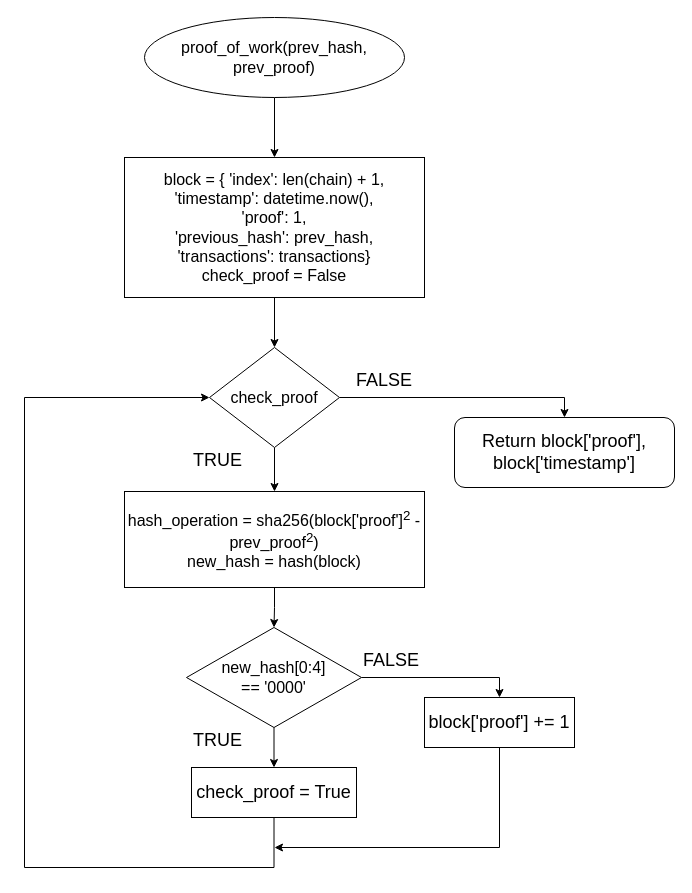
This is Flowcharts/proof_of_work.drawio from abhinavsharma1498/blockchain_gpu, a draw.io file, before an edit. Source tidied: cells renumbered, new cells numbered last; positions are measured from the earlier drawing's top-left corner, leaving out a move shared by most shapes. Both pictures are drawn from the tidied source at 100%, with x=0, y=0 at pixel (24, 17).
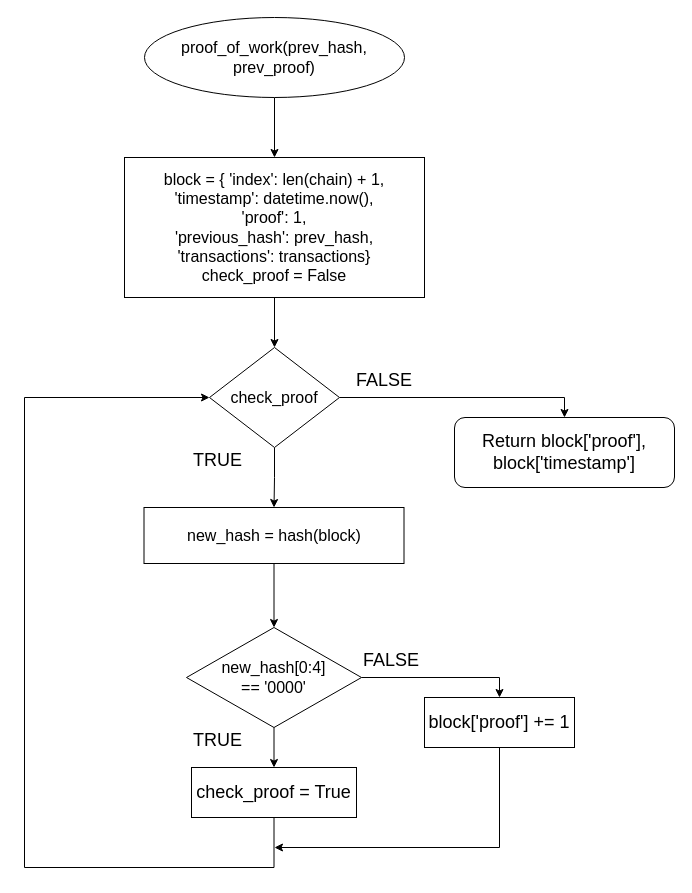
After the change.

Commit message:
Remove non-existent line of code

What changed in the source:
```diff
@@
-    <mxCell id="10" value="&lt;font size=&quot;3&quot;&gt;hash_operation = sha256(block['proof']&lt;sup&gt;2&lt;/sup&gt;&amp;nbsp;- prev_proof&lt;sup&gt;2&lt;/sup&gt;)&lt;br&gt;new_hash = hash(block)&lt;br&gt;&lt;/font&gt;" style="rounded=0;whiteSpace=wrap;html=1;" parent="1" vertex="1">
-      <mxGeometry x="100" y="474" width="300" height="96" as="geometry" />
+    <mxCell id="10" value="&lt;font size=&quot;3&quot;&gt;new_hash = hash(block)&lt;br&gt;&lt;/font&gt;" style="rounded=0;whiteSpace=wrap;html=1;" parent="1" vertex="1">
+      <mxGeometry x="119.5" y="490" width="260" height="56" as="geometry" />
     </mxCell>
```
